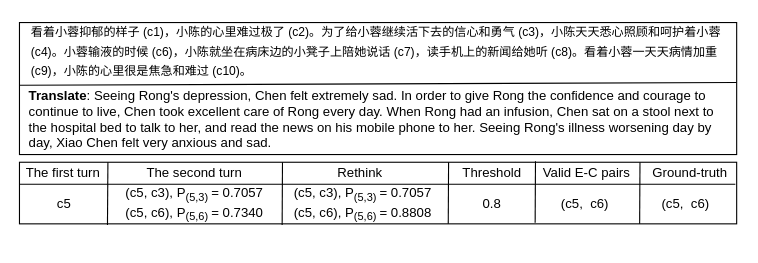
Above: case2.drawio in zhoucz97/paper_figure (draw.io), before the change. Source tidied: cells renumbered, new cells numbered last; positions are measured from the earlier drawing's top-left corner, leaving out a move shared by most shapes. Both pictures are drawn from the tidied source at 110%, with x=0, y=0 at pixel (19, 22).
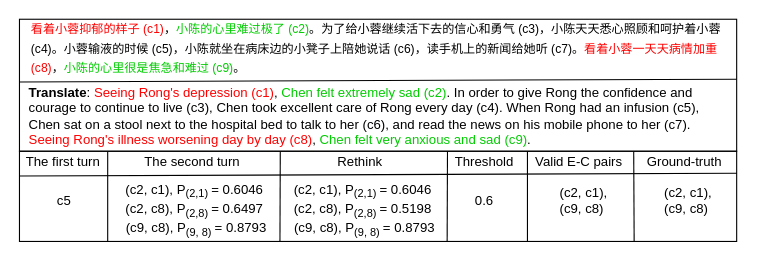
After the change.

Diff of the diagram source:
```diff
@@
     <mxCell id="2" style="rounded=0;whiteSpace=wrap;html=1;shadow=0;glass=0;sketch=0;strokeWidth=1;gradientColor=#FFFFFF;fillColor=none;" parent="1" vertex="1">
-      <mxGeometry x="0.2" width="652" height="120" as="geometry" />
+      <mxGeometry x="0.2" y="-3" width="652" height="120" as="geometry" />
     </mxCell>
-    <mxCell id="3" value="&lt;p style=&quot;line-height: 140%&quot;&gt;&lt;/p&gt;&lt;b&gt;Translate&lt;/b&gt;: Seeing Rong's depression, Chen felt extremely sad. In order to give Rong the confidence and courage to continue to live, Chen took excellent care of Rong every day. When Rong had an infusion, Chen sat on a stool next to the hospital bed to talk to her, and read the news on his mobile phone to her. Seeing Rong's illness worsening day by day, Xiao Chen felt very anxious and sad." style="text;html=1;fillColor=none;align=left;verticalAlign=middle;whiteSpace=wrap;rounded=0;strokeWidth=0;" parent="1" vertex="1">
-      <mxGeometry x="6.8" y="55" width="639" height="54" as="geometry" />
+    <mxCell id="3" value="&lt;p style=&quot;line-height: 140%&quot;&gt;&lt;/p&gt;&lt;b&gt;Translate&lt;/b&gt;: &lt;font color=&quot;#ff0000&quot;&gt;Seeing Rong's depression (c1)&lt;/font&gt;, &lt;font color=&quot;#00cc00&quot;&gt;Chen felt extremely sad (c2)&lt;/font&gt;. In order to give Rong the confidence and courage to continue to live (c3), Chen took excellent care of Rong every day (c4). When Rong had an infusion (c5), Chen sat on a stool next to the hospital bed to talk to her (c6), and read the news on his mobile phone to her (c7). &lt;font color=&quot;#ff0000&quot;&gt;Seeing Rong's illness worsening day by day (c8)&lt;/font&gt;, &lt;font color=&quot;#00cc00&quot;&gt;Chen felt very anxious and sad (c9)&lt;/font&gt;." style="text;html=1;fillColor=none;align=left;verticalAlign=middle;whiteSpace=wrap;rounded=0;strokeWidth=0;" parent="1" vertex="1">
+      <mxGeometry x="6.8" y="52" width="639" height="54" as="geometry" />
     </mxCell>
     <mxCell id="4" value="Ground-truth" style="text;html=1;strokeColor=none;fillColor=none;align=center;verticalAlign=middle;whiteSpace=wrap;rounded=0;shadow=0;glass=0;sketch=0;" parent="1" vertex="1">
-      <mxGeometry x="568.5" y="127" width="82" height="20" as="geometry" />
+      <mxGeometry x="564.1" y="117" width="82" height="20" as="geometry" />
     </mxCell>
     <mxCell id="5" value="&lt;font style=&quot;font-size: 12px&quot;&gt;The first turn&lt;/font&gt;" style="text;html=1;strokeColor=none;fillColor=none;align=center;verticalAlign=middle;whiteSpace=wrap;rounded=0;shadow=0;glass=0;sketch=0;" parent="1" vertex="1">
-      <mxGeometry x="4.4" y="127" width="72.2" height="20" as="geometry" />
+      <mxGeometry x="4.4" y="117" width="72.2" height="20" as="geometry" />
     </mxCell>
     <mxCell id="6" value="The second turn" style="text;html=1;strokeColor=none;fillColor=none;align=center;verticalAlign=middle;whiteSpace=wrap;rounded=0;shadow=0;glass=0;sketch=0;" parent="1" vertex="1">
-      <mxGeometry x="110" y="127" width="99" height="20" as="geometry" />
+      <mxGeometry x="108" y="117" width="99" height="20" as="geometry" />
     </mxCell>
     <mxCell id="7" value="Rethink" style="text;html=1;strokeColor=none;fillColor=none;align=center;verticalAlign=middle;whiteSpace=wrap;rounded=0;shadow=0;glass=0;sketch=0;" parent="1" vertex="1">
-      <mxGeometry x="270" y="127" width="80" height="20" as="geometry" />
+      <mxGeometry x="270" y="117" width="80" height="20" as="geometry" />
     </mxCell>
     <mxCell id="8" value="Valid E-C pairs" style="text;html=1;strokeColor=none;fillColor=none;align=center;verticalAlign=middle;whiteSpace=wrap;rounded=0;shadow=0;glass=0;sketch=0;" parent="1" vertex="1">
-      <mxGeometry x="470" y="127" width="92" height="20" as="geometry" />
+      <mxGeometry x="463" y="117" width="92" height="20" as="geometry" />
     </mxCell>
-    <mxCell id="9" value="(c5,&amp;nbsp; c6)" style="text;html=1;strokeColor=none;fillColor=none;align=center;verticalAlign=middle;whiteSpace=wrap;rounded=0;shadow=0;glass=0;sketch=0;" parent="1" vertex="1">
-      <mxGeometry x="568.5" y="155" width="74" height="20" as="geometry" />
-    </mxCell>
     <mxCell id="10" value="c5" style="text;html=1;strokeColor=none;fillColor=none;align=center;verticalAlign=middle;whiteSpace=wrap;rounded=0;shadow=0;glass=0;sketch=0;" parent="1" vertex="1">
-      <mxGeometry x="5.5" y="155" width="70" height="20" as="geometry" />
+      <mxGeometry x="5.5" y="152" width="70" height="20" as="geometry" />
     </mxCell>
-    <mxCell id="11" value="(c5, c3), P&lt;sub&gt;(5,3) &lt;/sub&gt;= 0.7057&lt;br&gt;(c5, c6), P&lt;sub&gt;(5,6) &lt;/sub&gt;= 0.7340" style="text;html=1;strokeColor=none;fillColor=none;align=center;verticalAlign=middle;whiteSpace=wrap;rounded=0;shadow=0;glass=0;sketch=0;" parent="1" vertex="1">
-      <mxGeometry x="87" y="147" width="145" height="36" as="geometry" />
+    <mxCell id="11" value="(c2, c1), P&lt;sub&gt;(2,1) &lt;/sub&gt;= 0.6046&lt;br&gt;(c2, c8), P&lt;sub&gt;(2,8) &lt;/sub&gt;= 0.6497&lt;br&gt;&amp;nbsp;(c9, c8), P&lt;sub&gt;(9, 8) &lt;/sub&gt;= 0.8793" style="text;html=1;strokeColor=none;fillColor=none;align=center;verticalAlign=middle;whiteSpace=wrap;rounded=0;shadow=0;glass=0;sketch=0;" parent="1" vertex="1">
+      <mxGeometry x="87" y="144" width="145" height="54" as="geometry" />
     </mxCell>
-    <mxCell id="12" value="(c5, c3), P&lt;sub&gt;(5,3) &lt;/sub&gt;= 0.7057&lt;br&gt;(c5, c6), P&lt;sub&gt;(5,6) &lt;/sub&gt;= 0.8808" style="text;html=1;strokeColor=none;fillColor=none;align=center;verticalAlign=middle;whiteSpace=wrap;rounded=0;shadow=0;glass=0;sketch=0;" parent="1" vertex="1">
-      <mxGeometry x="240" y="147" width="145" height="36" as="geometry" />
+    <mxCell id="12" value="(c2, c1), P&lt;sub&gt;(2,1)&amp;nbsp;&lt;/sub&gt;= 0.6046&lt;br&gt;(c2, c8), P&lt;sub&gt;(2,8)&amp;nbsp;&lt;/sub&gt;= 0.5198&lt;br&gt;&amp;nbsp;(c9, c8), P&lt;sub&gt;(9, 8) &lt;/sub&gt;= 0.8793" style="text;html=1;strokeColor=none;fillColor=none;align=center;verticalAlign=middle;whiteSpace=wrap;rounded=0;shadow=0;glass=0;sketch=0;" parent="1" vertex="1">
+      <mxGeometry x="240" y="144" width="145" height="54" as="geometry" />
     </mxCell>
-    <mxCell id="13" value="(c5,&amp;nbsp; c6)" style="text;html=1;strokeColor=none;fillColor=none;align=center;verticalAlign=middle;whiteSpace=wrap;rounded=0;shadow=0;glass=0;sketch=0;" parent="1" vertex="1">
-      <mxGeometry x="470" y="155" width="89.2" height="20" as="geometry" />
+    <mxCell id="13" value="&amp;nbsp; (c2, c1),&lt;br&gt;&amp;nbsp;(c9, c8)" style="text;html=1;strokeColor=none;fillColor=none;align=center;verticalAlign=middle;whiteSpace=wrap;rounded=0;shadow=0;glass=0;sketch=0;" parent="1" vertex="1">
+      <mxGeometry x="463" y="152" width="94.2" height="20" as="geometry" />
     </mxCell>
-    <mxCell id="14" style="endArrow=none;html=1;strokeWidth=1;entryX=0.137;entryY=0.013;entryDx=0;entryDy=0;entryPerimeter=0;" parent="1" edge="1">
-      <mxGeometry relative="1" as="geometry">
-        <mxPoint x="239" y="184" as="sourcePoint" />
-        <mxPoint x="239.3" y="127" as="targetPoint" />
-      </mxGeometry>
-    </mxCell>
-    <mxCell id="15" style="endArrow=none;html=1;strokeWidth=1;entryX=0.137;entryY=0.013;entryDx=0;entryDy=0;entryPerimeter=0;" parent="1" edge="1">
-      <mxGeometry relative="1" as="geometry">
-        <mxPoint x="390" y="183" as="sourcePoint" />
-        <mxPoint x="390.3" y="127" as="targetPoint" />
-      </mxGeometry>
-    </mxCell>
-    <mxCell id="16" style="endArrow=none;html=1;strokeWidth=1;entryX=0.137;entryY=0.013;entryDx=0;entryDy=0;entryPerimeter=0;" parent="1" edge="1">
-      <mxGeometry relative="1" as="geometry">
-        <mxPoint x="564" y="183" as="sourcePoint" />
-        <mxPoint x="564.3" y="127" as="targetPoint" />
-      </mxGeometry>
-    </mxCell>
-    <mxCell id="17" style="endArrow=none;html=1;strokeWidth=1;startArrow=none;" parent="1" edge="1" source="22">
-      <mxGeometry relative="1" as="geometry">
-        <mxPoint x="652.2" y="146.2" as="targetPoint" />
-      </mxGeometry>
-    </mxCell>
     <mxCell id="18" value="Threshold" style="text;html=1;strokeColor=none;fillColor=none;align=center;verticalAlign=middle;whiteSpace=wrap;rounded=0;shadow=0;glass=0;sketch=0;" parent="1" vertex="1">
-      <mxGeometry x="403" y="127" width="54" height="20" as="geometry" />
+      <mxGeometry x="396" y="117" width="54" height="20" as="geometry" />
     </mxCell>
-    <mxCell id="19" style="endArrow=none;html=1;strokeWidth=1;entryX=0.137;entryY=0.013;entryDx=0;entryDy=0;entryPerimeter=0;" parent="1" edge="1">
-      <mxGeometry relative="1" as="geometry">
-        <mxPoint x="469" y="182" as="sourcePoint" />
-        <mxPoint x="469.3" y="126" as="targetPoint" />
-      </mxGeometry>
-    </mxCell>
-    <mxCell id="20" value="0.8" style="text;html=1;strokeColor=none;fillColor=none;align=center;verticalAlign=middle;whiteSpace=wrap;rounded=0;shadow=0;glass=0;sketch=0;" parent="1" vertex="1">
-      <mxGeometry x="410" y="155" width="40" height="20" as="geometry" />
+    <mxCell id="20" value="0.6" style="text;html=1;strokeColor=none;fillColor=none;align=center;verticalAlign=middle;whiteSpace=wrap;rounded=0;shadow=0;glass=0;sketch=0;" parent="1" vertex="1">
+      <mxGeometry x="403" y="152" width="40" height="20" as="geometry" />
     </mxCell>
-    <mxCell id="21" style="endArrow=none;html=1;strokeWidth=1;entryX=0.137;entryY=0.013;entryDx=0;entryDy=0;entryPerimeter=0;" parent="1" edge="1">
-      <mxGeometry relative="1" as="geometry">
-        <mxPoint x="80.2" y="184" as="sourcePoint" />
-        <mxPoint x="80.6" y="127" as="targetPoint" />
-      </mxGeometry>
-    </mxCell>
-    <mxCell id="22" style="rounded=0;whiteSpace=wrap;html=1;shadow=0;glass=0;sketch=0;strokeColor=#000000;strokeWidth=1;fillColor=none;gradientColor=#FFFFFF;" parent="1" vertex="1">
-      <mxGeometry x="0.2" y="127" width="652" height="56" as="geometry" />
-    </mxCell>
-    <mxCell id="23" style="endArrow=none;html=1;strokeWidth=1;" parent="1" edge="1" target="22">
-      <mxGeometry relative="1" as="geometry">
-        <mxPoint x="0.2" y="146.2" as="sourcePoint" />
-      </mxGeometry>
-    </mxCell>
-    <mxCell id="24" style="endArrow=none;html=1;strokeWidth=1;" parent="1" edge="1">
-      <mxGeometry relative="1" as="geometry">
-        <mxPoint y="147" as="sourcePoint" />
-        <mxPoint x="651" y="147" as="targetPoint" />
-      </mxGeometry>
-    </mxCell>
-    <mxCell id="25" value="&lt;font style=&quot;line-height: 160% ; font-size: 11px&quot;&gt;看着小蓉抑郁的样子 (c1)，小陈的心里难过极了 (c2)。为了给小蓉继续活下去的信心和勇气 (c3)，小陈天天悉心照顾和呵护着小蓉 (c4)。小蓉输液的时候 (c6)，小陈就坐在病床边的小凳子上陪她说话 (c7)，读手机上的新闻给她听 (c8)。看着小蓉一天天病情加重 (c9)，小陈的心里很是焦急和难过 (c10)。&lt;/font&gt;" style="text;html=1;strokeColor=none;fillColor=none;align=left;verticalAlign=middle;whiteSpace=wrap;rounded=0;" parent="1" vertex="1">
-      <mxGeometry x="9" y="2" width="641" height="50" as="geometry" />
+    <mxCell id="25" value="&lt;font style=&quot;line-height: 160% ; font-size: 11px&quot;&gt;&lt;font color=&quot;#ff0000&quot;&gt;看着小蓉抑郁的样子 (c1)&lt;/font&gt;，&lt;font color=&quot;#00cc00&quot;&gt;小陈的心里难过极了 (c2)&lt;/font&gt;。为了给小蓉继续活下去的信心和勇气 (c3)，小陈天天悉心照顾和呵护着小蓉 (c4)。小蓉输液的时候 (c5)，小陈就坐在病床边的小凳子上陪她说话 (c6)，读手机上的新闻给她听 (c7)。&lt;font color=&quot;#ff0000&quot;&gt;看着小蓉一天天病情加重 (c8)&lt;/font&gt;，&lt;font color=&quot;#00cc00&quot;&gt;小陈的心里很是焦急和难过 (c9)&lt;/font&gt;。&lt;/font&gt;" style="text;html=1;strokeColor=none;fillColor=none;align=left;verticalAlign=middle;whiteSpace=wrap;rounded=0;" parent="1" vertex="1">
+      <mxGeometry x="9" y="-1" width="641" height="50" as="geometry" />
     </mxCell>
     <mxCell id="26" style="endArrow=none;html=1;entryX=1;entryY=0.454;entryDx=0;entryDy=0;entryPerimeter=0;" parent="1" edge="1" target="2">
       <mxGeometry relative="1" as="geometry">
-        <mxPoint y="57" as="sourcePoint" />
+        <mxPoint y="54" as="sourcePoint" />
       </mxGeometry>
     </mxCell>
+    <mxCell id="27" value="&amp;nbsp; (c2, c1), &lt;br&gt;&amp;nbsp;(c9, c8)" style="text;html=1;strokeColor=none;fillColor=none;align=center;verticalAlign=middle;whiteSpace=wrap;rounded=0;shadow=0;glass=0;sketch=0;" parent="1" vertex="1">
+      <mxGeometry x="558" y="152" width="94.2" height="20" as="geometry" />
+    </mxCell>
+    <mxCell id="28" style="endArrow=none;html=1;entryX=1;entryY=0.454;entryDx=0;entryDy=0;entryPerimeter=0;" parent="1" edge="1">
+      <mxGeometry relative="1" as="geometry">
+        <mxPoint x="0.2" y="139.5" as="sourcePoint" />
+        <mxPoint x="652.5" y="137" as="targetPoint" />
+      </mxGeometry>
+    </mxCell>
+    <mxCell id="29" style="endArrow=none;html=1;entryX=0.123;entryY=0.016;entryDx=0;entryDy=0;entryPerimeter=0;endSize=7;startSize=7;" parent="1" edge="1">
+      <mxGeometry relative="1" as="geometry">
+        <mxPoint x="237" y="199" as="sourcePoint" />
+        <mxPoint x="237.3" y="117" as="targetPoint" />
+      </mxGeometry>
+    </mxCell>
+    <mxCell id="30" style="endArrow=none;html=1;entryX=0.123;entryY=0.016;entryDx=0;entryDy=0;entryPerimeter=0;endSize=7;startSize=7;" parent="1" edge="1">
+      <mxGeometry relative="1" as="geometry">
+        <mxPoint x="389" y="199" as="sourcePoint" />
+        <mxPoint x="389.3" y="117" as="targetPoint" />
+      </mxGeometry>
+    </mxCell>
+    <mxCell id="31" style="endArrow=none;html=1;entryX=0.123;entryY=0.016;entryDx=0;entryDy=0;entryPerimeter=0;endSize=7;startSize=7;" parent="1" edge="1">
+      <mxGeometry relative="1" as="geometry">
+        <mxPoint x="559" y="199" as="sourcePoint" />
+        <mxPoint x="558.6" y="117" as="targetPoint" />
+      </mxGeometry>
+    </mxCell>
+    <mxCell id="22" style="rounded=0;whiteSpace=wrap;html=1;shadow=0;glass=0;sketch=0;strokeWidth=1;fillColor=none;gradientColor=#FFFFFF;" parent="1" vertex="1">
+      <mxGeometry x="0.2" y="117" width="652" height="82" as="geometry" />
+    </mxCell>
+    <mxCell id="32" style="endArrow=none;html=1;startSize=7;endSize=7;" parent="1" edge="1">
+      <mxGeometry relative="1" as="geometry">
+        <mxPoint x="462" y="199" as="sourcePoint" />
+        <mxPoint x="462" y="117" as="targetPoint" />
+      </mxGeometry>
+    </mxCell>
+    <mxCell id="33" style="endArrow=none;html=1;entryX=0.123;entryY=0.005;entryDx=0;entryDy=0;entryPerimeter=0;exitX=0.123;exitY=1.005;exitDx=0;exitDy=0;exitPerimeter=0;" parent="1" edge="1" source="22" target="22">
+      <mxGeometry relative="1" as="geometry" />
+    </mxCell>
```
